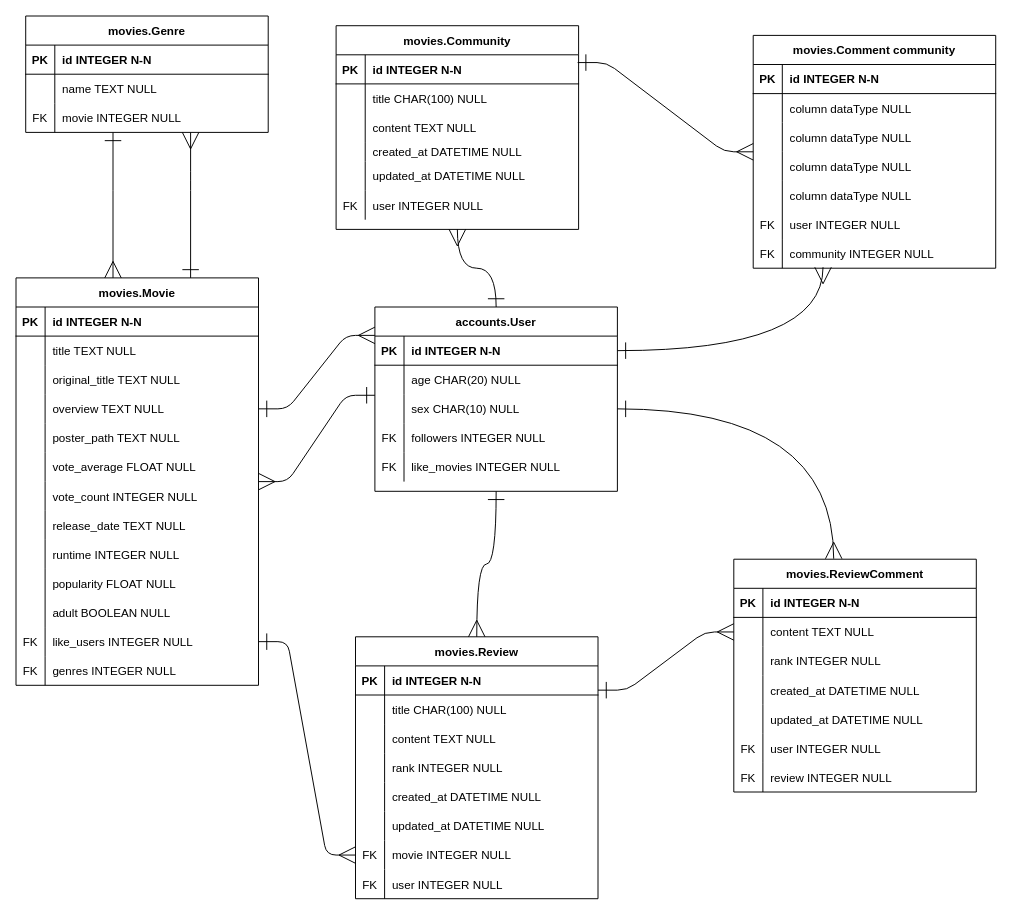
This is Vue/Untitled Diagram.drawio from okorion/TIL, a draw.io file, before an edit. Source tidied: cells renumbered, new cells numbered last; positions are measured from the earlier drawing's top-left corner, leaving out a move shared by most shapes. Both pictures are drawn from the tidied source at 97%, with x=0, y=0 at pixel (16, 16).
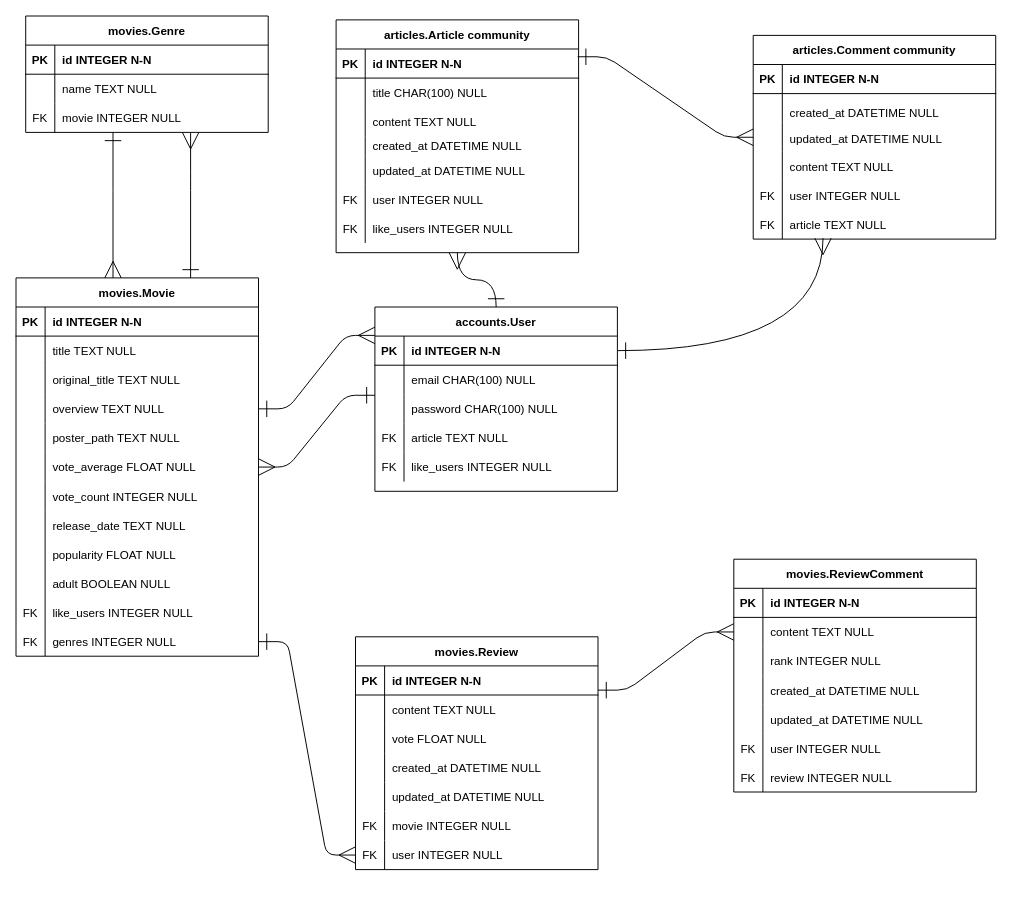
The same diagram, later.

Unchanged cells that the change refers to:
```xml
<mxCell id="22" value="accounts.User" style="shape=table;startSize=30;childLayout=tableLayout;rowLines=0;fontStyle=1;align=center;" parent="1" vertex="1">
  <mxGeometry x="370" y="300" width="250" height="190" as="geometry" />
</mxCell>
<mxCell id="26" style="shape=partialRectangle;fillColor=none;top=0;left=0;right=0;bottom=0;" parent="22" vertex="1">
  <mxGeometry y="60" width="250" height="30" as="geometry" />
</mxCell>
<mxCell id="29" style="shape=partialRectangle;fillColor=none;points=[[0,0.5],[1,0.5]];portConstraint=eastwest;top=0;left=0;right=0;bottom=0;" parent="22" vertex="1">
  <mxGeometry y="90" width="250" height="30" as="geometry" />
</mxCell>
<mxCell id="32" style="shape=tableRow;horizontal=0;startSize=0;swimlaneHead=0;swimlaneBody=0;fillColor=none;top=0;left=0;right=0;bottom=0;strokeColor=default;" parent="22" vertex="1">
  <mxGeometry y="120" width="250" height="30" as="geometry" />
</mxCell>
<mxCell id="35" style="shape=tableRow;horizontal=0;startSize=0;swimlaneHead=0;swimlaneBody=0;fillColor=none;top=0;left=0;right=0;bottom=0;strokeColor=default;" parent="22" vertex="1">
  <mxGeometry y="150" width="250" height="30" as="geometry" />
</mxCell>
<mxCell id="121" style="shape=partialRectangle;fillColor=none;top=0;left=0;right=0;bottom=0;" parent="117" vertex="1">
  <mxGeometry y="60" width="250" height="30" as="geometry" />
</mxCell>
<mxCell id="124" style="shape=tableRow;horizontal=0;startSize=0;swimlaneHead=0;swimlaneBody=0;fillColor=none;top=0;left=0;right=0;bottom=0;strokeColor=default;" parent="117" vertex="1">
  <mxGeometry y="90" width="250" height="30" as="geometry" />
</mxCell>
<mxCell id="139" value="movies.ReviewComment" style="shape=table;startSize=30;childLayout=tableLayout;rowLines=0;fontStyle=1;align=center;" parent="1" vertex="1">
  <mxGeometry x="740" y="560" width="250" height="240" as="geometry" />
</mxCell>
```

The edit, as a diff of the source:
```diff
@@
-    <mxCell id="3" value="movies.Community" style="shape=table;startSize=30;childLayout=tableLayout;rowLines=0;fontStyle=1;align=center;" parent="1" vertex="1">
-      <mxGeometry x="330" y="10" width="250" height="210" as="geometry" />
+    <mxCell id="3" value="articles.Article community" style="shape=table;startSize=30;childLayout=tableLayout;rowLines=0;fontStyle=1;align=center;" parent="1" vertex="1">
+      <mxGeometry x="330" y="4" width="250" height="240" as="geometry" />
     </mxCell>
@@
+    <mxCell id="167" style="shape=tableRow;horizontal=0;startSize=0;swimlaneHead=0;swimlaneBody=0;fillColor=none;top=0;left=0;right=0;bottom=0;" parent="3" vertex="1">
+      <mxGeometry y="200" width="250" height="30" as="geometry" />
+    </mxCell>
+    <mxCell id="168" value="FK" style="shape=partialRectangle;fillColor=none;top=0;left=0;bottom=0;right=0;fontStyle=0;overflow=hidden;" parent="167" vertex="1">
+      <mxGeometry width="30" height="30" as="geometry" />
+    </mxCell>
+    <mxCell id="169" value="like_users INTEGER NULL" style="shape=partialRectangle;fillColor=none;top=0;left=0;bottom=0;right=0;align=left;spacingLeft=6;fontStyle=0;overflow=hidden;" parent="167" vertex="1">
+      <mxGeometry x="30" width="220" height="30" as="geometry" />
+    </mxCell>
@@
-    <mxCell id="28" value="age CHAR(20) NULL" style="shape=partialRectangle;overflow=hidden;fillColor=none;top=0;left=0;bottom=0;right=0;align=left;spacingLeft=6;" parent="26" vertex="1">
+    <mxCell id="28" value="email CHAR(100) NULL" style="shape=partialRectangle;overflow=hidden;fillColor=none;top=0;left=0;bottom=0;right=0;align=left;spacingLeft=6;" parent="26" vertex="1">
       <mxGeometry x="30" width="220" height="30" as="geometry" />
     </mxCell>
@@
-    <mxCell id="31" value="sex CHAR(10) NULL" style="shape=partialRectangle;overflow=hidden;fillColor=none;top=0;left=0;bottom=0;right=0;align=left;spacingLeft=6;" parent="29" vertex="1">
+    <mxCell id="31" value="password CHAR(100) NULL" style="shape=partialRectangle;overflow=hidden;fillColor=none;top=0;left=0;bottom=0;right=0;align=left;spacingLeft=6;" parent="29" vertex="1">
       <mxGeometry x="30" width="220" height="30" as="geometry" />
     </mxCell>
@@
-    <mxCell id="34" value="followers INTEGER NULL" style="shape=partialRectangle;fillColor=none;top=0;left=0;bottom=0;right=0;align=left;spacingLeft=6;fontStyle=0;overflow=hidden;strokeColor=default;" parent="32" vertex="1">
+    <mxCell id="34" value="article TEXT NULL" style="shape=partialRectangle;fillColor=none;top=0;left=0;bottom=0;right=0;align=left;spacingLeft=6;fontStyle=0;overflow=hidden;strokeColor=default;" parent="32" vertex="1">
       <mxGeometry x="30" width="220" height="30" as="geometry" />
     </mxCell>
@@
-    <mxCell id="37" value="like_movies INTEGER NULL" style="shape=partialRectangle;fillColor=none;top=0;left=0;bottom=0;right=0;align=left;spacingLeft=6;fontStyle=0;overflow=hidden;strokeColor=default;" parent="35" vertex="1">
+    <mxCell id="37" value="like_users INTEGER NULL" style="shape=partialRectangle;fillColor=none;top=0;left=0;bottom=0;right=0;align=left;spacingLeft=6;fontStyle=0;overflow=hidden;strokeColor=default;" parent="35" vertex="1">
       <mxGeometry x="30" width="220" height="30" as="geometry" />
     </mxCell>
@@
     <mxCell id="48" value="movies.Movie" style="shape=table;startSize=30;childLayout=tableLayout;rowLines=0;fontStyle=1;align=center;" parent="1" vertex="1">
-      <mxGeometry y="270" width="250" height="420" as="geometry" />
+      <mxGeometry y="270" width="250" height="390" as="geometry" />
     </mxCell>
@@
-    <mxCell id="73" style="shape=tableRow;horizontal=0;startSize=0;swimlaneHead=0;swimlaneBody=0;fillColor=none;top=0;left=0;right=0;bottom=0;strokeColor=default;" parent="48" vertex="1">
-      <mxGeometry y="270" width="250" height="30" as="geometry" />
-    </mxCell>
-    <mxCell id="74" style="shape=partialRectangle;fillColor=none;top=0;left=0;bottom=0;right=0;overflow=hidden;strokeColor=default;" parent="73" vertex="1">
-      <mxGeometry width="30" height="30" as="geometry" />
-    </mxCell>
-    <mxCell id="75" value="runtime INTEGER NULL" style="shape=partialRectangle;fillColor=none;top=0;left=0;bottom=0;right=0;align=left;spacingLeft=6;overflow=hidden;strokeColor=default;" parent="73" vertex="1">
-      <mxGeometry x="30" width="220" height="30" as="geometry" />
-    </mxCell>
     <mxCell id="76" style="shape=tableRow;horizontal=0;startSize=0;swimlaneHead=0;swimlaneBody=0;fillColor=none;top=0;left=0;right=0;bottom=0;strokeColor=default;" parent="48" vertex="1">
-      <mxGeometry y="300" width="250" height="30" as="geometry" />
+      <mxGeometry y="270" width="250" height="30" as="geometry" />
     </mxCell>
@@
     <mxCell id="79" style="shape=tableRow;horizontal=0;startSize=0;swimlaneHead=0;swimlaneBody=0;fillColor=none;top=0;left=0;right=0;bottom=0;strokeColor=default;" parent="48" vertex="1">
-      <mxGeometry y="330" width="250" height="30" as="geometry" />
+      <mxGeometry y="300" width="250" height="30" as="geometry" />
     </mxCell>
@@
     <mxCell id="82" style="shape=tableRow;horizontal=0;startSize=0;swimlaneHead=0;swimlaneBody=0;fillColor=none;top=0;left=0;right=0;bottom=0;strokeColor=default;" parent="48" vertex="1">
-      <mxGeometry y="360" width="250" height="30" as="geometry" />
+      <mxGeometry y="330" width="250" height="30" as="geometry" />
     </mxCell>
@@
     <mxCell id="85" style="shape=tableRow;horizontal=0;startSize=0;swimlaneHead=0;swimlaneBody=0;fillColor=none;top=0;left=0;right=0;bottom=0;strokeColor=default;" parent="48" vertex="1">
-      <mxGeometry y="390" width="250" height="30" as="geometry" />
+      <mxGeometry y="360" width="250" height="30" as="geometry" />
     </mxCell>
@@
     <mxCell id="92" value="movies.Review" style="shape=table;startSize=30;childLayout=tableLayout;rowLines=0;fontStyle=1;align=center;" parent="1" vertex="1">
-      <mxGeometry x="350" y="640" width="250" height="270" as="geometry" />
+      <mxGeometry x="350" y="640" width="250" height="240" as="geometry" />
     </mxCell>
@@
-    <mxCell id="96" style="shape=partialRectangle;fillColor=none;top=0;left=0;right=0;bottom=0;" parent="92" vertex="1">
-      <mxGeometry y="60" width="250" height="30" as="geometry" />
-    </mxCell>
-    <mxCell id="97" style="shape=partialRectangle;overflow=hidden;fillColor=none;top=0;left=0;bottom=0;right=0;" parent="96" vertex="1">
-      <mxGeometry width="30" height="30" as="geometry" />
-    </mxCell>
-    <mxCell id="98" value="title CHAR(100) NULL" style="shape=partialRectangle;overflow=hidden;fillColor=none;top=0;left=0;bottom=0;right=0;align=left;spacingLeft=6;" parent="96" vertex="1">
-      <mxGeometry x="30" width="220" height="30" as="geometry" />
-    </mxCell>
     <mxCell id="99" style="shape=tableRow;horizontal=0;startSize=0;swimlaneHead=0;swimlaneBody=0;fillColor=none;top=0;left=0;right=0;bottom=0;strokeColor=default;" parent="92" vertex="1">
-      <mxGeometry y="90" width="250" height="30" as="geometry" />
+      <mxGeometry y="60" width="250" height="30" as="geometry" />
     </mxCell>
@@
     <mxCell id="102" style="shape=tableRow;horizontal=0;startSize=0;swimlaneHead=0;swimlaneBody=0;fillColor=none;top=0;left=0;right=0;bottom=0;strokeColor=default;" parent="92" vertex="1">
-      <mxGeometry y="120" width="250" height="30" as="geometry" />
+      <mxGeometry y="90" width="250" height="30" as="geometry" />
     </mxCell>
@@
-    <mxCell id="104" value="rank INTEGER NULL" style="shape=partialRectangle;fillColor=none;top=0;left=0;bottom=0;right=0;align=left;spacingLeft=6;overflow=hidden;strokeColor=default;" parent="102" vertex="1">
+    <mxCell id="104" value="vote FLOAT NULL" style="shape=partialRectangle;fillColor=none;top=0;left=0;bottom=0;right=0;align=left;spacingLeft=6;overflow=hidden;strokeColor=default;" parent="102" vertex="1">
       <mxGeometry x="30" width="220" height="30" as="geometry" />
     </mxCell>
     <mxCell id="105" style="shape=tableRow;horizontal=0;startSize=0;swimlaneHead=0;swimlaneBody=0;fillColor=none;top=0;left=0;right=0;bottom=0;strokeColor=default;" parent="92" vertex="1">
-      <mxGeometry y="150" width="250" height="30" as="geometry" />
+      <mxGeometry y="120" width="250" height="30" as="geometry" />
     </mxCell>
@@
     <mxCell id="108" style="shape=tableRow;horizontal=0;startSize=0;swimlaneHead=0;swimlaneBody=0;fillColor=none;top=0;left=0;right=0;bottom=0;strokeColor=default;" parent="92" vertex="1">
-      <mxGeometry y="180" width="250" height="30" as="geometry" />
+      <mxGeometry y="150" width="250" height="30" as="geometry" />
     </mxCell>
@@
     <mxCell id="111" style="shape=tableRow;horizontal=0;startSize=0;swimlaneHead=0;swimlaneBody=0;fillColor=none;top=0;left=0;right=0;bottom=0;strokeColor=default;" parent="92" vertex="1">
-      <mxGeometry y="210" width="250" height="30" as="geometry" />
+      <mxGeometry y="180" width="250" height="30" as="geometry" />
     </mxCell>
@@
     <mxCell id="114" style="shape=tableRow;horizontal=0;startSize=0;swimlaneHead=0;swimlaneBody=0;fillColor=none;top=0;left=0;right=0;bottom=0;strokeColor=default;" parent="92" vertex="1">
-      <mxGeometry y="240" width="250" height="30" as="geometry" />
+      <mxGeometry y="210" width="250" height="30" as="geometry" />
     </mxCell>
@@
-    <mxCell id="117" value="movies.Comment community" style="shape=table;startSize=30;childLayout=tableLayout;rowLines=0;fontStyle=1;align=center;" parent="1" vertex="1">
-      <mxGeometry x="760" y="20" width="250" height="240" as="geometry" />
+    <mxCell id="117" value="articles.Comment community" style="shape=table;startSize=30;childLayout=tableLayout;rowLines=0;fontStyle=1;align=center;" parent="1" vertex="1">
+      <mxGeometry x="760" y="20" width="250" height="210" as="geometry" />
     </mxCell>
@@
-    <mxCell id="123" value="column dataType NULL" style="shape=partialRectangle;overflow=hidden;fillColor=none;top=0;left=0;bottom=0;right=0;align=left;spacingLeft=6;" parent="121" vertex="1">
+    <mxCell id="123" style="shape=partialRectangle;overflow=hidden;fillColor=none;top=0;left=0;bottom=0;right=0;align=left;spacingLeft=6;" parent="121" vertex="1">
       <mxGeometry x="30" width="220" height="30" as="geometry" />
     </mxCell>
@@
-    <mxCell id="126" value="column dataType NULL" style="shape=partialRectangle;fillColor=none;top=0;left=0;bottom=0;right=0;align=left;spacingLeft=6;overflow=hidden;strokeColor=default;" parent="124" vertex="1">
+    <mxCell id="126" style="shape=partialRectangle;fillColor=none;top=0;left=0;bottom=0;right=0;align=left;spacingLeft=6;overflow=hidden;strokeColor=default;" parent="124" vertex="1">
       <mxGeometry x="30" width="220" height="30" as="geometry" />
     </mxCell>
-    <mxCell id="127" style="shape=tableRow;horizontal=0;startSize=0;swimlaneHead=0;swimlaneBody=0;fillColor=none;top=0;left=0;right=0;bottom=0;strokeColor=default;" parent="117" vertex="1">
-      <mxGeometry y="120" width="250" height="30" as="geometry" />
-    </mxCell>
-    <mxCell id="128" style="shape=partialRectangle;fillColor=none;top=0;left=0;bottom=0;right=0;overflow=hidden;strokeColor=default;" parent="127" vertex="1">
-      <mxGeometry width="30" height="30" as="geometry" />
-    </mxCell>
-    <mxCell id="129" value="column dataType NULL" style="shape=partialRectangle;fillColor=none;top=0;left=0;bottom=0;right=0;align=left;spacingLeft=6;overflow=hidden;strokeColor=default;" parent="127" vertex="1">
-      <mxGeometry x="30" width="220" height="30" as="geometry" />
-    </mxCell>
     <mxCell id="130" style="shape=tableRow;horizontal=0;startSize=0;swimlaneHead=0;swimlaneBody=0;fillColor=none;top=0;left=0;right=0;bottom=0;strokeColor=default;" parent="117" vertex="1">
-      <mxGeometry y="150" width="250" height="30" as="geometry" />
+      <mxGeometry y="120" width="250" height="30" as="geometry" />
     </mxCell>
@@
-    <mxCell id="132" value="column dataType NULL" style="shape=partialRectangle;fillColor=none;top=0;left=0;bottom=0;right=0;align=left;spacingLeft=6;overflow=hidden;strokeColor=default;" parent="130" vertex="1">
+    <mxCell id="132" value="content TEXT NULL" style="shape=partialRectangle;fillColor=none;top=0;left=0;bottom=0;right=0;align=left;spacingLeft=6;overflow=hidden;strokeColor=default;" parent="130" vertex="1">
       <mxGeometry x="30" width="220" height="30" as="geometry" />
     </mxCell>
     <mxCell id="133" style="shape=tableRow;horizontal=0;startSize=0;swimlaneHead=0;swimlaneBody=0;fillColor=none;top=0;left=0;right=0;bottom=0;strokeColor=default;" parent="117" vertex="1">
-      <mxGeometry y="180" width="250" height="30" as="geometry" />
+      <mxGeometry y="150" width="250" height="30" as="geometry" />
     </mxCell>
@@
     <mxCell id="136" style="shape=tableRow;horizontal=0;startSize=0;swimlaneHead=0;swimlaneBody=0;fillColor=none;points=[[0,0.5],[1,0.5]];portConstraint=eastwest;top=0;left=0;right=0;bottom=0;strokeColor=default;" parent="117" vertex="1">
-      <mxGeometry y="210" width="250" height="30" as="geometry" />
+      <mxGeometry y="180" width="250" height="30" as="geometry" />
     </mxCell>
@@
-    <mxCell id="138" value="community INTEGER NULL" style="shape=partialRectangle;fillColor=none;top=0;left=0;bottom=0;right=0;align=left;spacingLeft=6;fontStyle=0;overflow=hidden;strokeColor=default;" parent="136" vertex="1">
+    <mxCell id="138" value="article TEXT NULL" style="shape=partialRectangle;fillColor=none;top=0;left=0;bottom=0;right=0;align=left;spacingLeft=6;fontStyle=0;overflow=hidden;strokeColor=default;" parent="136" vertex="1">
       <mxGeometry x="30" width="220" height="30" as="geometry" />
     </mxCell>
@@
-    <mxCell id="162" style="edgeStyle=orthogonalEdgeStyle;endArrow=ERone;startArrow=ERmany;endFill=0;startFill=0;curved=1;endSize=15;startSize=15;exitX=0.5;exitY=0;exitDx=0;exitDy=0;entryX=0.5;entryY=1;entryDx=0;entryDy=0;" parent="1" edge="1" source="92" target="22">
-      <mxGeometry relative="1" as="geometry" />
-    </mxCell>
@@
-    <mxCell id="165" style="edgeStyle=orthogonalEdgeStyle;endArrow=ERone;startArrow=ERmany;endFill=0;startFill=0;curved=1;endSize=15;startSize=15;exitX=0.412;exitY=-0.002;exitDx=0;exitDy=0;entryX=1;entryY=0.5;entryDx=0;entryDy=0;exitPerimeter=0;" parent="1" edge="1" source="139" target="29">
-      <mxGeometry relative="1" as="geometry" />
-    </mxCell>
@@
+    <mxCell id="170" value="created_at DATETIME NULL" style="shape=partialRectangle;fillColor=none;top=0;left=0;bottom=0;right=0;align=left;spacingLeft=6;overflow=hidden;strokeColor=default;" parent="1" vertex="1">
+      <mxGeometry x="790" y="90" width="220" height="20" as="geometry" />
+    </mxCell>
+    <mxCell id="171" value="updated_at DATETIME NULL" style="shape=partialRectangle;fillColor=none;top=0;left=0;bottom=0;right=0;align=left;spacingLeft=6;overflow=hidden;strokeColor=default;" parent="1" vertex="1">
+      <mxGeometry x="790" y="111" width="220" height="30" as="geometry" />
+    </mxCell>
```
